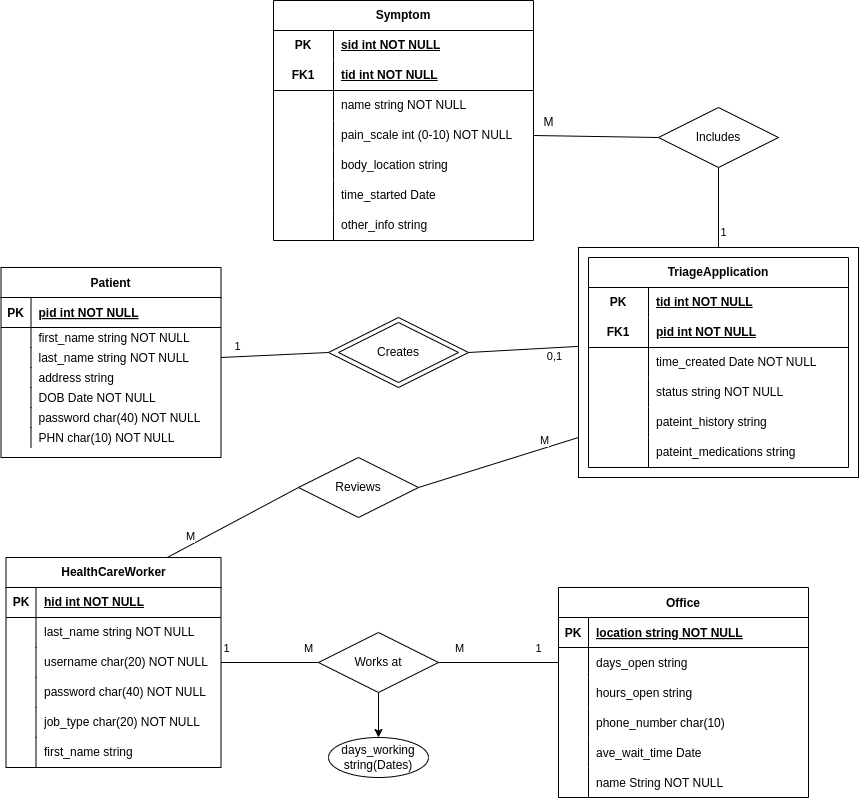
Before: Milestone2/Diagrams/pngs/ERD.drawio.png, a diagram exported from draw.io (SENG-350-2024-fall/Team5). Source tidied: cells renumbered, new cells last; positions are measured from the earlier drawing's top-left corner, leaving out a move shared by most shapes.
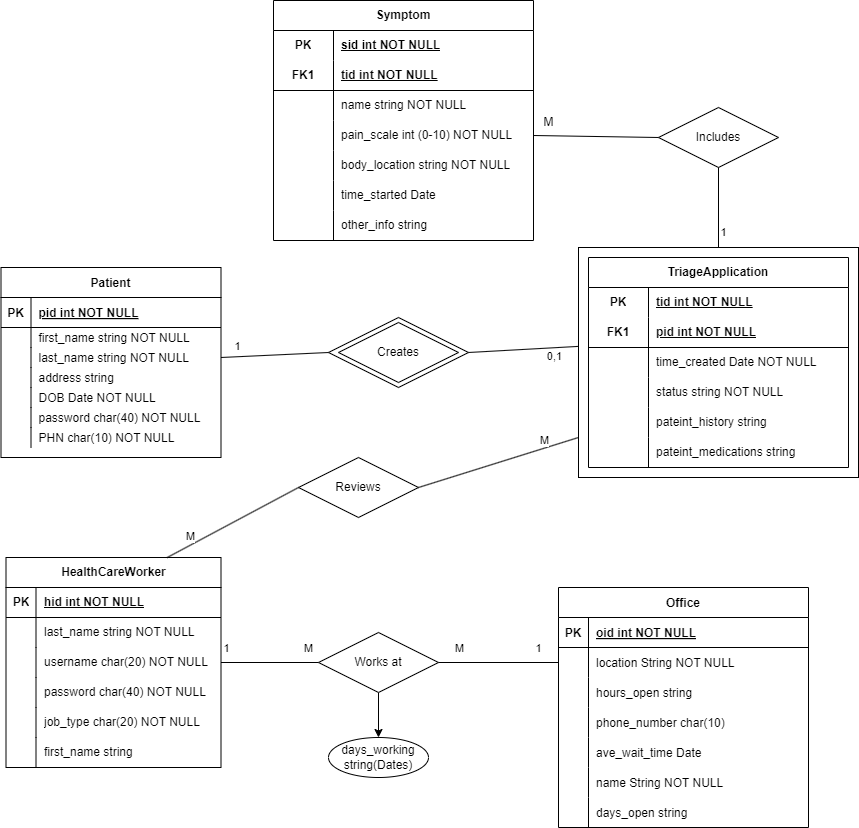
The same file after the commit.

Diff of the diagram source:
```diff
@@ -3,7 +3,7 @@
     <mxCell id="0" />
     <mxCell id="1" parent="0" />
     <mxCell id="2" value="Office" style="shape=table;startSize=30;rowLines=0;fontStyle=1;align=center;" parent="1" vertex="1">
-      <mxGeometry x="558" y="587" width="250" height="210" as="geometry" />
+      <mxGeometry x="558" y="587" width="250" height="240" as="geometry" />
     </mxCell>
     <mxCell id="3" style="shape=partialRectangle;fillColor=none;top=0;left=0;right=0;bottom=1;" parent="2" vertex="1">
       <mxGeometry y="30" width="250" height="30" as="geometry" />
@@ -11,7 +11,7 @@
     <mxCell id="4" value="PK" style="shape=partialRectangle;overflow=hidden;fillColor=none;top=0;left=0;bottom=0;right=0;fontStyle=1;" parent="3" vertex="1">
       <mxGeometry width="30" height="30" as="geometry" />
     </mxCell>
-    <mxCell id="5" value="location string NOT NULL" style="shape=partialRectangle;overflow=hidden;fillColor=none;top=0;left=0;bottom=0;right=0;align=left;spacingLeft=6;fontStyle=5;" parent="3" vertex="1">
+    <mxCell id="5" value="oid int NOT NULL" style="shape=partialRectangle;overflow=hidden;fillColor=none;top=0;left=0;bottom=0;right=0;align=left;spacingLeft=6;fontStyle=5;" parent="3" vertex="1">
       <mxGeometry x="30" width="220" height="30" as="geometry" />
     </mxCell>
     <mxCell id="6" style="shape=partialRectangle;fillColor=none;points=[[0,0.5],[1,0.5]];portConstraint=eastwest;top=0;left=0;right=0;bottom=0;" parent="2" vertex="1">
@@ -20,7 +20,7 @@
     <mxCell id="7" style="shape=partialRectangle;overflow=hidden;fillColor=none;top=0;left=0;bottom=0;right=0;" parent="6" vertex="1">
       <mxGeometry width="30" height="30" as="geometry" />
     </mxCell>
-    <mxCell id="8" value="days_open string" style="shape=partialRectangle;overflow=hidden;fillColor=none;top=0;left=0;bottom=0;right=0;align=left;spacingLeft=6;" parent="6" vertex="1">
+    <mxCell id="8" value="location String NOT NULL" style="shape=partialRectangle;overflow=hidden;fillColor=none;top=0;left=0;bottom=0;right=0;align=left;spacingLeft=6;" parent="6" vertex="1">
       <mxGeometry x="30" width="220" height="30" as="geometry" />
     </mxCell>
     <mxCell id="9" style="shape=partialRectangle;fillColor=none;top=0;left=0;right=0;bottom=0;" parent="2" vertex="1">
@@ -59,6 +59,15 @@
     <mxCell id="20" value="name String NOT NULL" style="shape=partialRectangle;overflow=hidden;fillColor=none;top=0;left=0;bottom=0;right=0;align=left;spacingLeft=6;" parent="18" vertex="1">
       <mxGeometry x="30" width="220" height="30" as="geometry" />
     </mxCell>
+    <mxCell id="131" style="shape=partialRectangle;fillColor=none;top=0;left=0;right=0;bottom=0;" parent="2" vertex="1">
+      <mxGeometry y="210" width="250" height="30" as="geometry" />
+    </mxCell>
+    <mxCell id="132" style="shape=partialRectangle;overflow=hidden;fillColor=none;top=0;left=0;bottom=0;right=0;" parent="131" vertex="1">
+      <mxGeometry width="30" height="30" as="geometry" />
+    </mxCell>
+    <mxCell id="133" value="days_open string" style="shape=partialRectangle;overflow=hidden;fillColor=none;top=0;left=0;bottom=0;right=0;align=left;spacingLeft=6;" parent="131" vertex="1">
+      <mxGeometry x="30" width="220" height="30" as="geometry" />
+    </mxCell>
     <mxCell id="21" value="Patient" style="shape=table;startSize=30;rowLines=0;fontStyle=1;align=center;" parent="1" vertex="1">
       <mxGeometry x="0.5" y="267" width="220" height="190" as="geometry" />
     </mxCell>
@@ -359,7 +368,7 @@
     <mxCell id="116" style="shape=partialRectangle;fillColor=none;top=0;left=0;bottom=0;right=0;overflow=hidden;html=1;whiteSpace=wrap;" parent="115" vertex="1">
       <mxGeometry width="60" height="30" as="geometry" />
     </mxCell>
-    <mxCell id="117" value="body_location string&amp;nbsp;" style="shape=partialRectangle;fillColor=none;top=0;left=0;bottom=0;right=0;align=left;spacingLeft=6;overflow=hidden;html=1;whiteSpace=wrap;" parent="115" vertex="1">
+    <mxCell id="117" value="body_location string NOT NULL" style="shape=partialRectangle;fillColor=none;top=0;left=0;bottom=0;right=0;align=left;spacingLeft=6;overflow=hidden;html=1;whiteSpace=wrap;" parent="115" vertex="1">
       <mxGeometry x="60" width="200" height="30" as="geometry" />
     </mxCell>
     <mxCell id="118" style="shape=tableRow;horizontal=0;startSize=0;swimlaneHead=0;swimlaneBody=0;fillColor=none;top=0;left=0;right=0;bottom=0;html=1;" parent="102" vertex="1">
```
